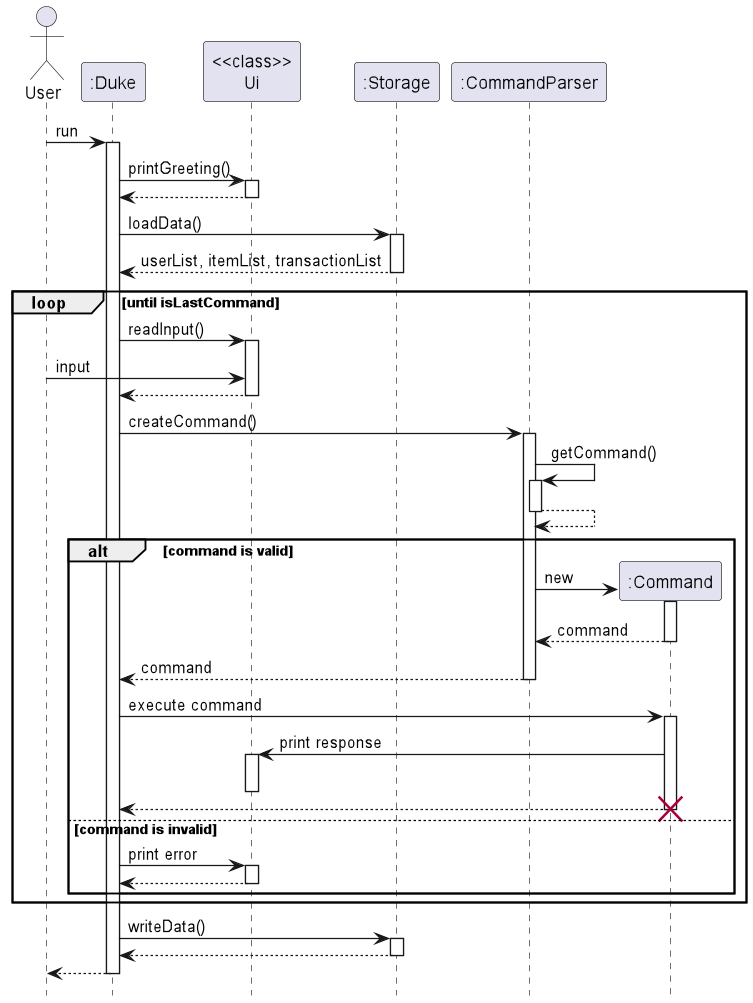
The PlantUML diagram docs/images/DukeSequence.png in nus-cs2113-AY2223S1/tp, before a commit. Its source is kept beside it as docs/diagrams/duke/DukeSequence.puml.
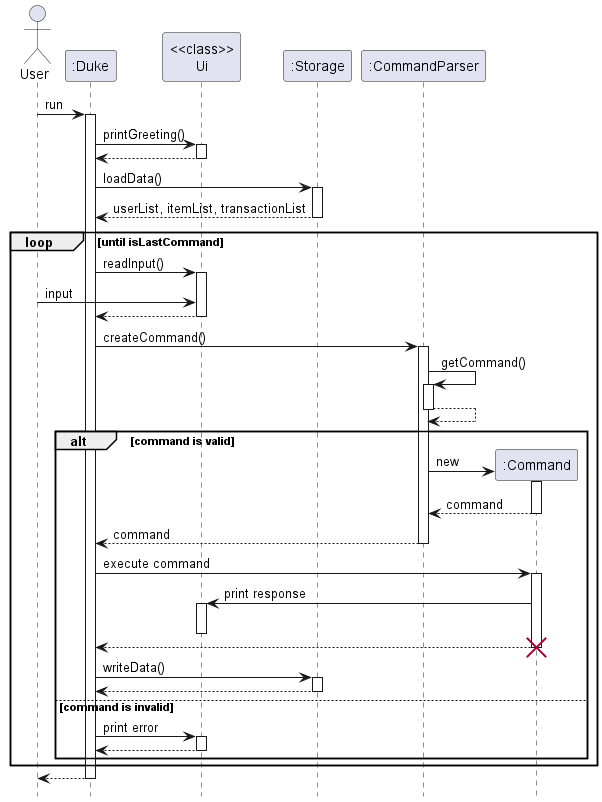
The same diagram one commit later.

Diff of the diagram source:
```diff
@@ -36,6 +36,9 @@
         ":Command" --> ":Duke"
         deactivate ":Command"
         destroy ":Command"
+        ":Duke" -> ":Storage" : writeData()
+        activate ":Storage"
+        return
 
     else command is invalid
         ":Duke" -> "<<class>>\nUi" : print error
@@ -44,10 +47,6 @@
         deactivate "<<class>>\nUi"
     end
 end
-
-":Duke" -> ":Storage" : writeData()
-activate ":Storage"
-return
 ":Duke" --> "User"
 deactivate ":Duke"
 
```
